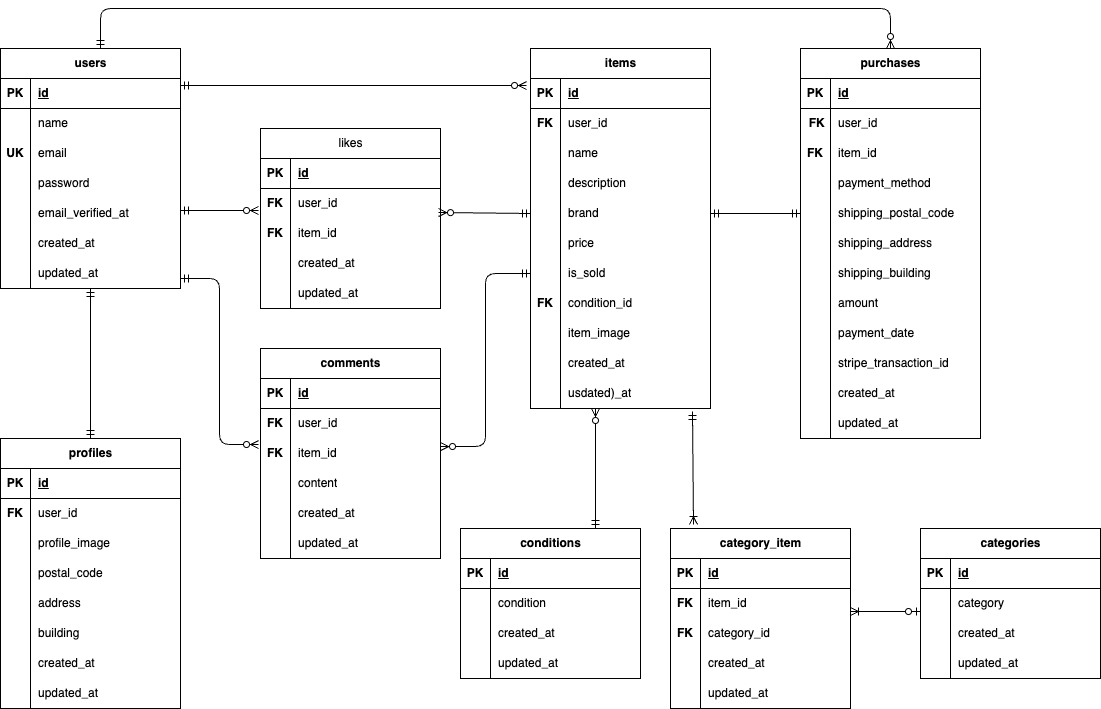
This is src/er.drawio.png from kvujic/flea-market-app, a draw.io export, as it was before one commit. Source tidied: cells renumbered, new cells last; positions are measured from the earlier drawing's top-left corner, leaving out a move shared by most shapes.
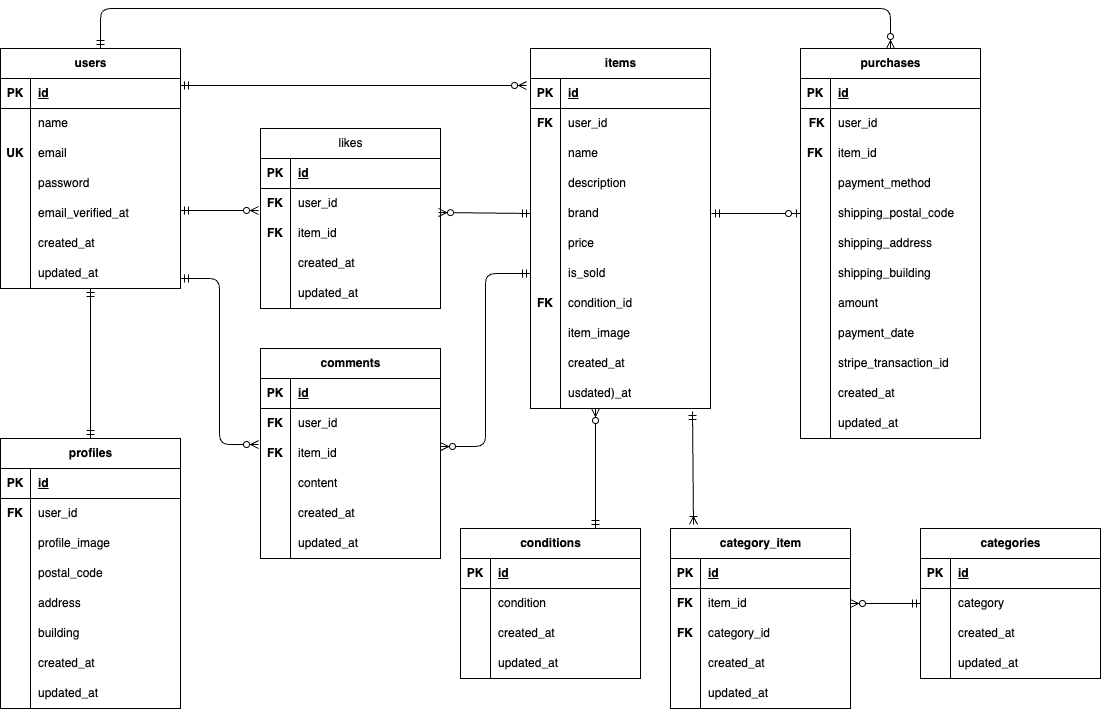
The same diagram one commit later.

Diff of the diagram source:
```diff
@@ -623,23 +623,23 @@
         <mxPoint x="693" y="516" as="targetPoint" />
       </mxGeometry>
     </mxCell>
-    <mxCell id="205" style="fontSize=12;html=1;endArrow=ERmandOne;startArrow=ERmandOne;entryX=0;entryY=0.5;entryDx=0;entryDy=0;exitX=1;exitY=0.5;exitDx=0;exitDy=0;" parent="1" edge="1" source="62" target="174">
-      <mxGeometry relative="1" as="geometry" />
-    </mxCell>
     <mxCell id="206" style="fontSize=12;html=1;endArrow=ERzeroToMany;startArrow=ERmandOne;exitX=0.75;exitY=0;exitDx=0;exitDy=0;" parent="1" edge="1" source="132">
       <mxGeometry relative="1" as="geometry">
         <mxPoint x="595" y="400" as="targetPoint" />
       </mxGeometry>
     </mxCell>
-    <mxCell id="207" style="fontSize=12;html=1;endArrow=ERoneToMany;startArrow=ERzeroToOne;exitX=0;exitY=0.767;exitDx=0;exitDy=0;exitPerimeter=0;" parent="1" edge="1" source="87">
-      <mxGeometry relative="1" as="geometry">
-        <mxPoint x="850" y="603" as="targetPoint" />
-      </mxGeometry>
-    </mxCell>
     <mxCell id="208" style="fontSize=12;html=1;endArrow=ERmandOne;startArrow=ERmandOne;exitX=0.5;exitY=0;exitDx=0;exitDy=0;" parent="1" edge="1" source="24">
       <mxGeometry relative="1" as="geometry">
         <mxPoint x="90" y="280" as="targetPoint" />
       </mxGeometry>
     </mxCell>
+    <mxCell id="209" style="fontSize=12;html=1;endArrow=ERzeroToOne;startArrow=ERmandOne;entryX=0;entryY=0.5;entryDx=0;entryDy=0;" parent="1" edge="1" target="174">
+      <mxGeometry relative="1" as="geometry">
+        <mxPoint x="711" y="205" as="sourcePoint" />
+      </mxGeometry>
+    </mxCell>
+    <mxCell id="210" style="fontSize=12;html=1;endArrow=ERzeroToMany;startArrow=ERmandOne;exitX=0;exitY=0.5;exitDx=0;exitDy=0;entryX=1;entryY=0.5;entryDx=0;entryDy=0;" parent="1" edge="1" source="87" target="149">
+      <mxGeometry relative="1" as="geometry" />
+    </mxCell>
   </root>
 </mxGraphModel>
```
